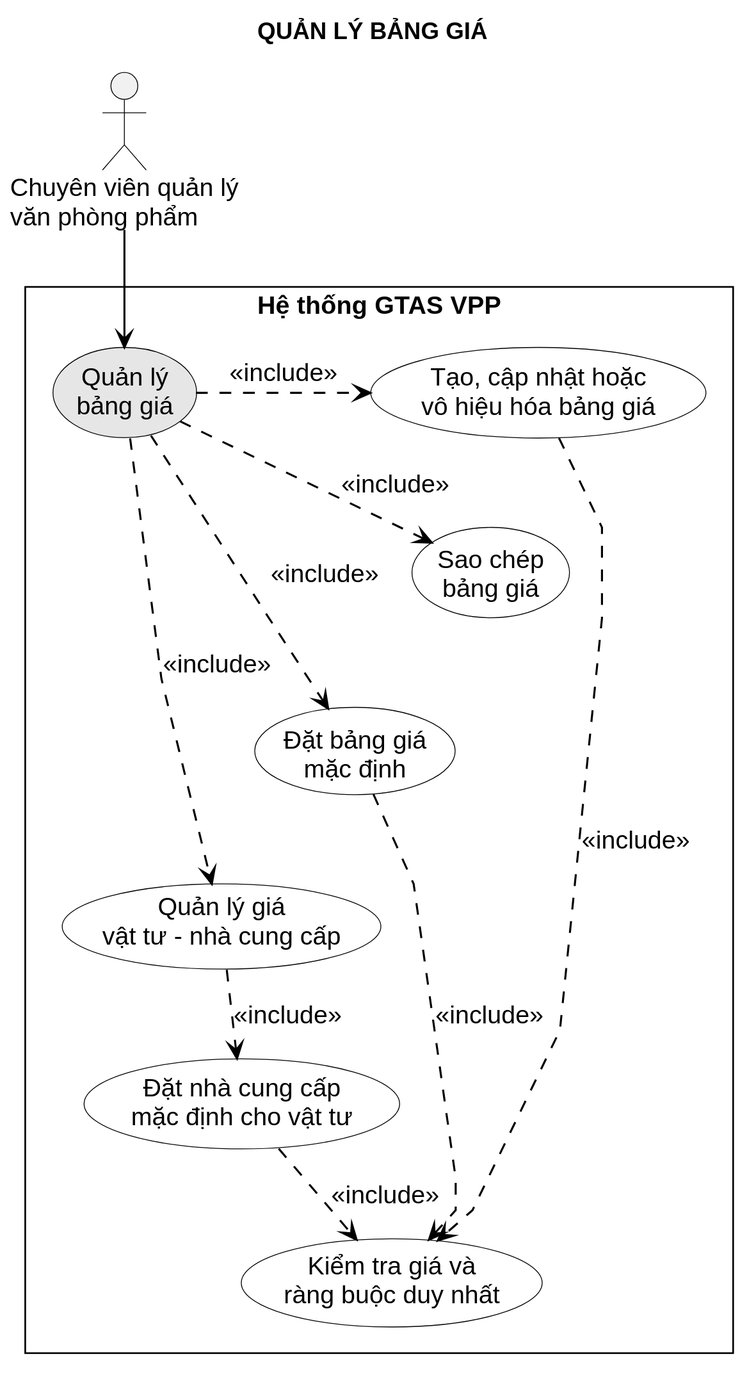
Before: LVTN/diagrams/ch03/use-case-manage-pricing.svg, a diagram exported from PlantUML (Miikey24s/gtas_vpp).
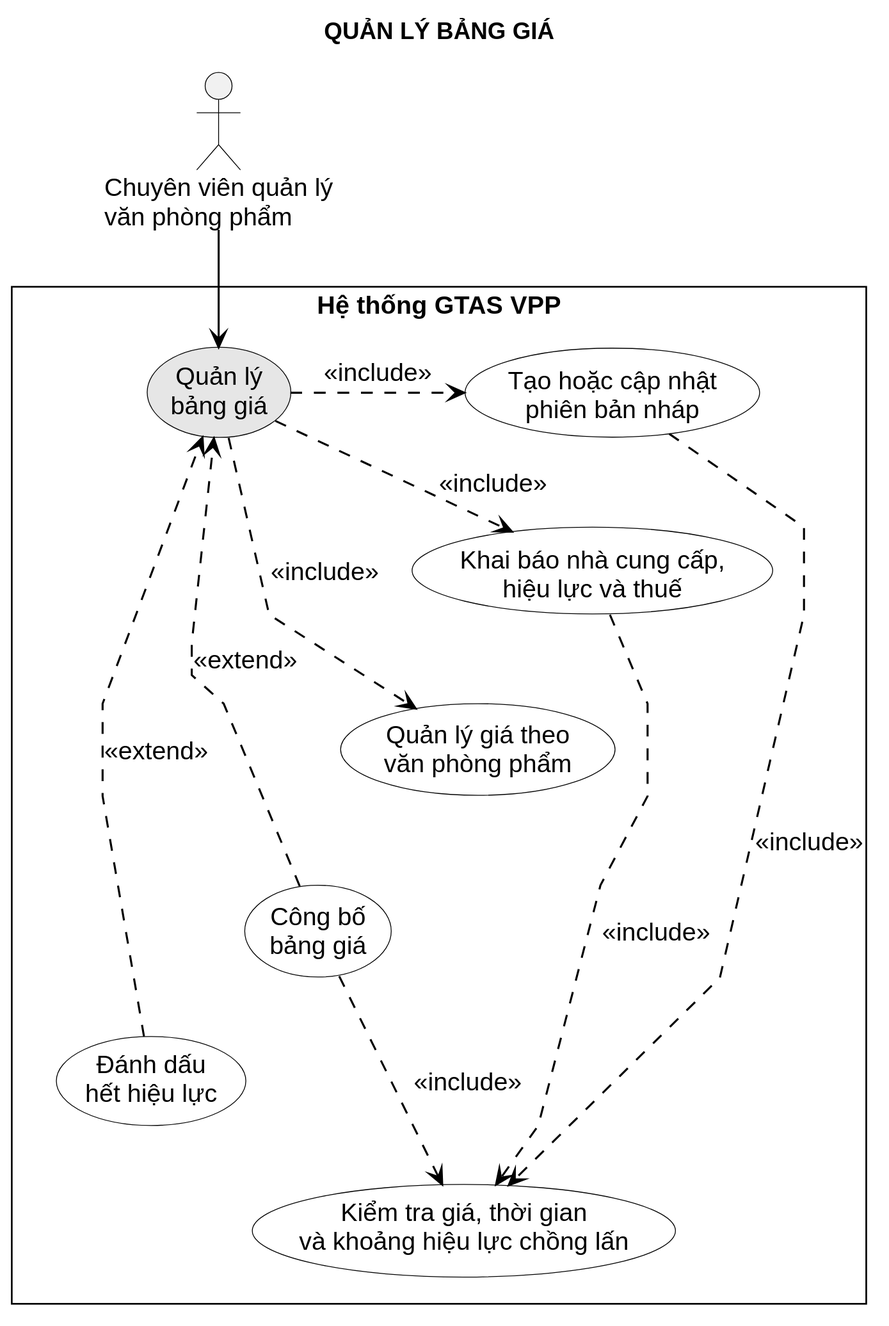
The same diagram one commit later.

Change to the diagram source:
```diff
@@ -6,28 +6,28 @@
 
 rectangle "Hệ thống GTAS VPP" {
   usecase "Quản lý\nbảng giá" as PriceList #E6E6E6
-  usecase "Tạo, cập nhật hoặc\nvô hiệu hóa bảng giá" as SaveList
-  usecase "Sao chép\nbảng giá" as Clone
-  usecase "Đặt bảng giá\nmặc định" as DefaultList
-  usecase "Quản lý giá\nvật tư - nhà cung cấp" as Price
-  usecase "Đặt nhà cung cấp\nmặc định cho vật tư" as DefaultSupplier
-  usecase "Kiểm tra giá và\nràng buộc duy nhất" as Validate
+  usecase "Tạo hoặc cập nhật\nphiên bản nháp" as SaveList
+  usecase "Khai báo nhà cung cấp,\nhiệu lực và thuế" as Commercial
+  usecase "Quản lý giá theo\nvăn phòng phẩm" as Price
+  usecase "Công bố\nbảng giá" as Publish
+  usecase "Đánh dấu\nhết hiệu lực" as Expire
+  usecase "Kiểm tra giá, thời gian\nvà khoảng hiệu lực chồng lấn" as Validate
 
   PriceList -[hidden]right- SaveList
   PriceList .> SaveList : <<include>>
-  PriceList .> Clone : <<include>>
-  PriceList .> DefaultList : <<include>>
+  PriceList .> Commercial : <<include>>
   PriceList .> Price : <<include>>
-  Price .> DefaultSupplier : <<include>>
+  Publish .> PriceList : <<extend>>
+  Expire .> PriceList : <<extend>>
   SaveList .> Validate : <<include>>
-  DefaultList .> Validate : <<include>>
-  DefaultSupplier .> Validate : <<include>>
+  Commercial .> Validate : <<include>>
+  Publish .> Validate : <<include>>
 
-  SaveList -[hidden]down- Clone
-  Clone -[hidden]down- DefaultList
-  DefaultList -[hidden]down- Price
-  Price -[hidden]down- DefaultSupplier
-  DefaultSupplier -[hidden]down- Validate
+  SaveList -[hidden]down- Commercial
+  Commercial -[hidden]down- Price
+  Price -[hidden]down- Publish
+  Publish -[hidden]down- Expire
+  Expire -[hidden]down- Validate
 }
 
 Procurement --> PriceList
```
